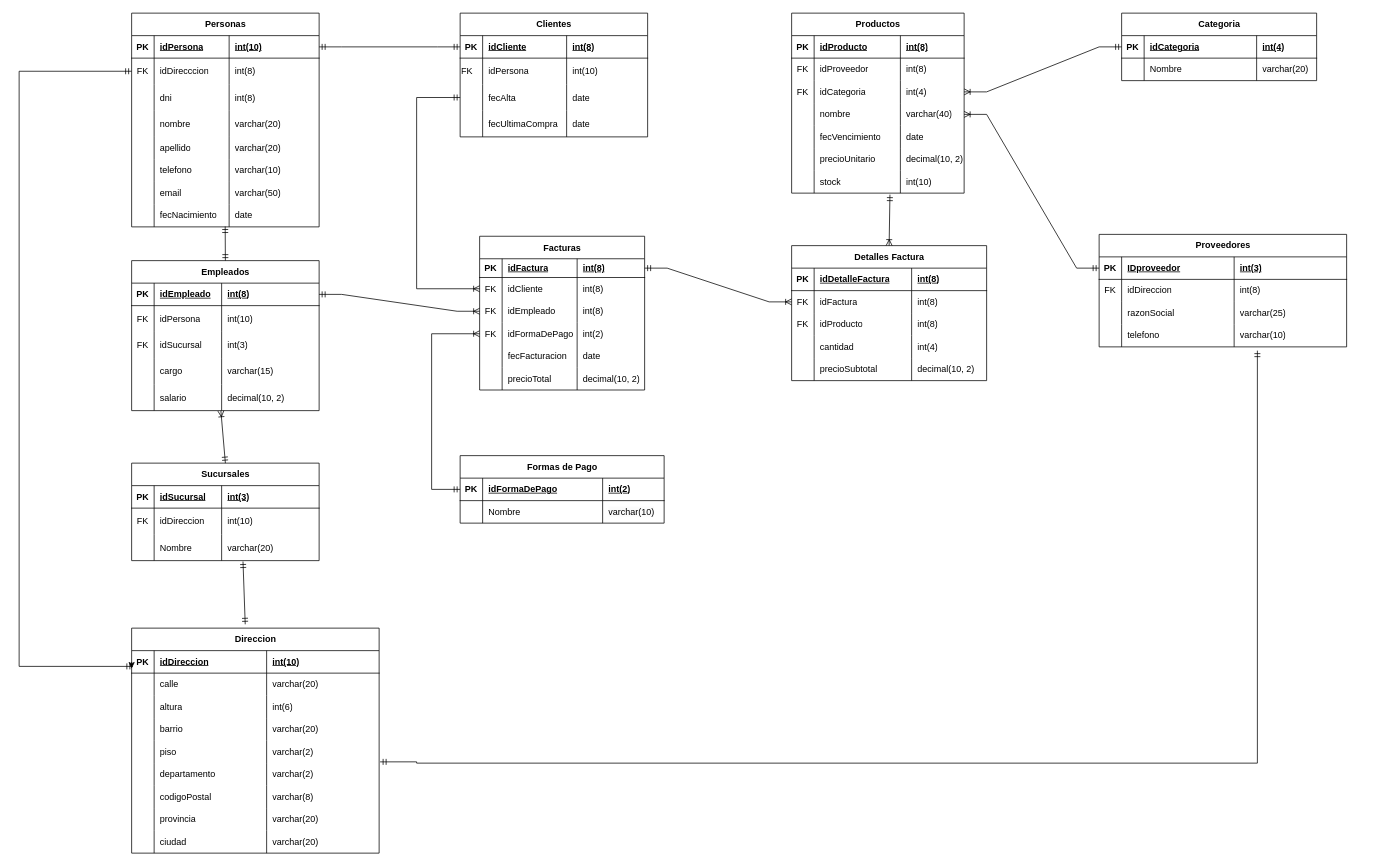
Above: Diagramas/Supermercado_MR.drawio in DylanSVicharra/ABD---TP-Integrador (draw.io), before the change. Source tidied: cells renumbered, new cells numbered last; positions are measured from the earlier drawing's top-left corner, leaving out a move shared by most shapes. Both pictures are drawn from the tidied source at 75%, with x=0, y=0 at pixel (19, 13).
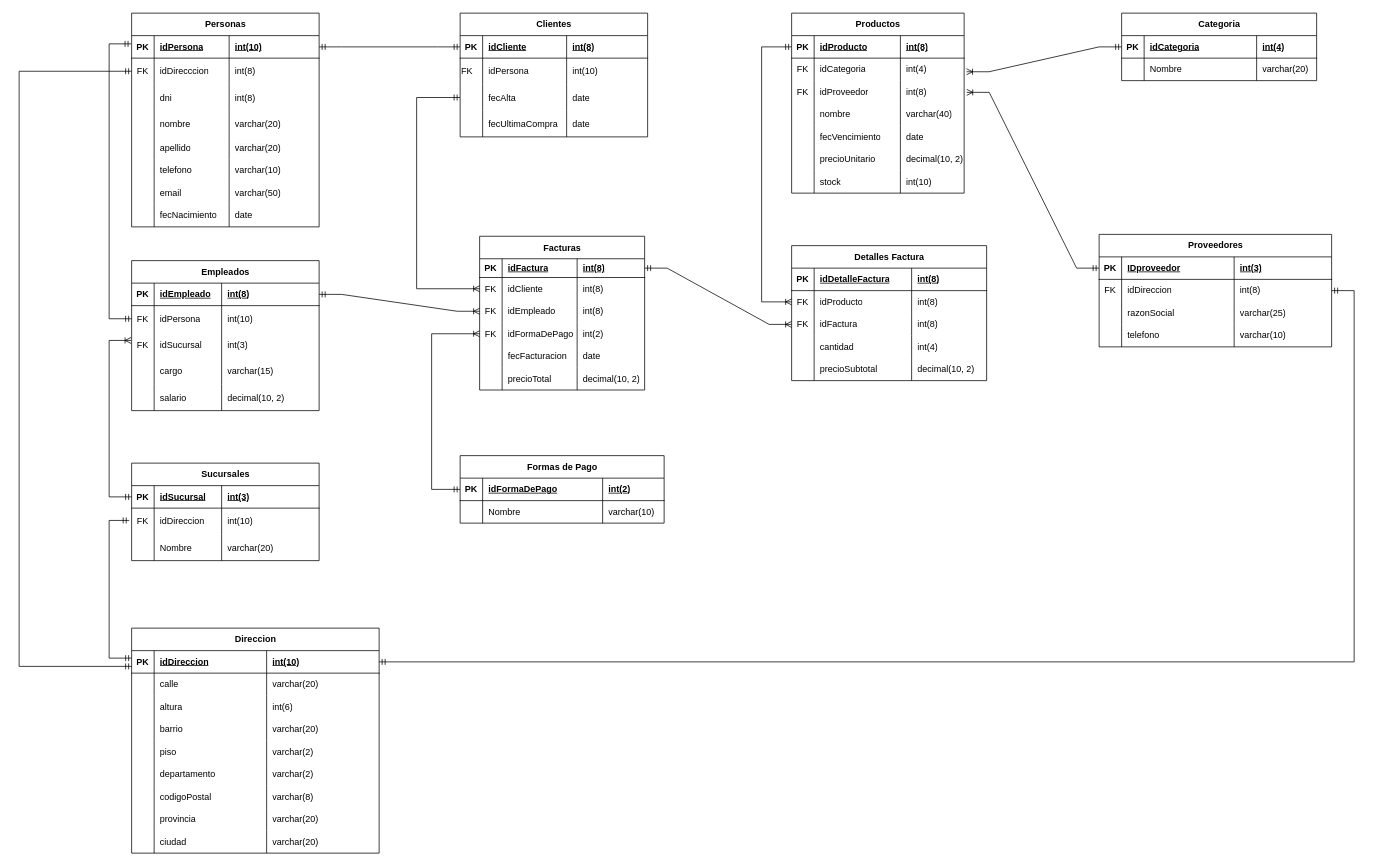
Above is the later version.

Unchanged cells that the change refers to:
```xml
<mxCell id="3" style="shape=tableRow;horizontal=0;startSize=0;swimlaneHead=0;swimlaneBody=0;fillColor=none;points=[[0,0.5],[1,0.5]];portConstraint=eastwest;top=0;left=0;right=0;bottom=1;" parent="2" vertex="1">
  <mxGeometry y="30" width="230" height="30" as="geometry" />
</mxCell>
<mxCell id="7" style="shape=tableRow;horizontal=0;startSize=0;swimlaneHead=0;swimlaneBody=0;fillColor=none;points=[[0,0.5],[1,0.5]];portConstraint=eastwest;top=0;left=0;right=0;bottom=0;" parent="2" vertex="1">
  <mxGeometry y="60" width="230" height="30" as="geometry" />
</mxCell>
<mxCell id="11" style="shape=tableRow;horizontal=0;startSize=0;swimlaneHead=0;swimlaneBody=0;fillColor=none;points=[[0,0.5],[1,0.5]];portConstraint=eastwest;top=0;left=0;right=0;bottom=0;" parent="2" vertex="1">
  <mxGeometry y="90" width="230" height="30" as="geometry" />
</mxCell>
<mxCell id="15" style="shape=tableRow;horizontal=0;startSize=0;swimlaneHead=0;swimlaneBody=0;fillColor=none;points=[[0,0.5],[1,0.5]];portConstraint=eastwest;top=0;left=0;right=0;bottom=0;" parent="2" vertex="1">
  <mxGeometry y="120" width="230" height="30" as="geometry" />
</mxCell>
<mxCell id="27" style="shape=tableRow;horizontal=0;startSize=0;swimlaneHead=0;swimlaneBody=0;fillColor=none;points=[[0,0.5],[1,0.5]];portConstraint=eastwest;top=0;left=0;right=0;bottom=0;" parent="2" vertex="1">
  <mxGeometry y="210" width="230" height="30" as="geometry" />
</mxCell>
<mxCell id="49" style="shape=tableRow;horizontal=0;startSize=0;swimlaneHead=0;swimlaneBody=0;fillColor=none;points=[[0,0.5],[1,0.5]];portConstraint=eastwest;top=0;left=0;right=0;bottom=1;" parent="48" vertex="1">
  <mxGeometry y="30" width="220" height="25" as="geometry" />
</mxCell>
<mxCell id="76" value="Detalles Factura" style="shape=table;startSize=30;childLayout=tableLayout;rowLines=0;fontStyle=1;align=center;html=1;" parent="1" vertex="1">
  <mxGeometry x="1030" y="310" width="260" height="180" as="geometry" />
</mxCell>
<mxCell id="81" style="shape=tableRow;horizontal=0;startSize=0;swimlaneHead=0;swimlaneBody=0;fillColor=none;points=[[0,0.5],[1,0.5]];portConstraint=eastwest;top=0;left=0;right=0;bottom=0;" parent="76" vertex="1">
  <mxGeometry y="60" width="260" height="30" as="geometry" />
</mxCell>
<mxCell id="85" style="shape=tableRow;horizontal=0;startSize=0;swimlaneHead=0;swimlaneBody=0;fillColor=none;points=[[0,0.5],[1,0.5]];portConstraint=eastwest;top=0;left=0;right=0;bottom=0;" parent="76" vertex="1">
  <mxGeometry y="90" width="260" height="30" as="geometry" />
</mxCell>
<mxCell id="98" style="shape=tableRow;horizontal=0;startSize=0;swimlaneHead=0;swimlaneBody=0;fillColor=none;points=[[0,0.5],[1,0.5]];portConstraint=eastwest;top=0;left=0;right=0;bottom=1;" parent="97" vertex="1">
  <mxGeometry y="30" width="260" height="30" as="geometry" />
</mxCell>
<mxCell id="117" style="shape=tableRow;horizontal=0;startSize=0;swimlaneHead=0;swimlaneBody=0;fillColor=none;points=[[0,0.5],[1,0.5]];portConstraint=eastwest;top=0;left=0;right=0;bottom=1;" parent="116" vertex="1">
  <mxGeometry y="30" width="250" height="30" as="geometry" />
</mxCell>
<mxCell id="121" style="shape=tableRow;horizontal=0;startSize=0;swimlaneHead=0;swimlaneBody=0;fillColor=none;points=[[0,0.5],[1,0.5]];portConstraint=eastwest;top=0;left=0;right=0;bottom=0;" parent="116" vertex="1">
  <mxGeometry y="60" width="250" height="35" as="geometry" />
</mxCell>
<mxCell id="145" style="shape=tableRow;horizontal=0;startSize=0;swimlaneHead=0;swimlaneBody=0;fillColor=none;points=[[0,0.5],[1,0.5]];portConstraint=eastwest;top=0;left=0;right=0;bottom=0;" parent="116" vertex="1">
  <mxGeometry y="255" width="250" height="30" as="geometry" />
</mxCell>
<mxCell id="149" value="Direccion" style="shape=table;startSize=30;childLayout=tableLayout;rowLines=0;fontStyle=1;align=center;html=1;" parent="1" vertex="1">
  <mxGeometry x="150" y="820" width="330" height="300" as="geometry" />
</mxCell>
<mxCell id="150" style="shape=tableRow;horizontal=0;startSize=0;swimlaneHead=0;swimlaneBody=0;fillColor=none;points=[[0,0.5],[1,0.5]];portConstraint=eastwest;top=0;left=0;right=0;bottom=1;" parent="149" vertex="1">
  <mxGeometry y="30" width="330" height="30" as="geometry" />
</mxCell>
<mxCell id="170" style="shape=tableRow;horizontal=0;startSize=0;swimlaneHead=0;swimlaneBody=0;fillColor=none;points=[[0,0.5],[1,0.5]];portConstraint=eastwest;top=0;left=0;right=0;bottom=0;" parent="149" vertex="1">
  <mxGeometry y="180" width="330" height="30" as="geometry" />
</mxCell>
<mxCell id="187" value="Empleados" style="shape=table;startSize=30;childLayout=tableLayout;rowLines=0;fontStyle=1;align=center;html=1;" parent="1" vertex="1">
  <mxGeometry x="150" y="330" width="250" height="200" as="geometry" />
</mxCell>
<mxCell id="192" style="shape=tableRow;horizontal=0;startSize=0;swimlaneHead=0;swimlaneBody=0;fillColor=none;points=[[0,0.5],[1,0.5]];portConstraint=eastwest;top=0;left=0;right=0;bottom=0;" parent="187" vertex="1">
  <mxGeometry y="60" width="250" height="35" as="geometry" />
</mxCell>
<mxCell id="196" style="shape=tableRow;horizontal=0;startSize=0;swimlaneHead=0;swimlaneBody=0;fillColor=none;points=[[0,0.5],[1,0.5]];portConstraint=eastwest;top=0;left=0;right=0;bottom=0;" parent="187" vertex="1">
  <mxGeometry y="95" width="250" height="35" as="geometry" />
</mxCell>
<mxCell id="204" style="shape=tableRow;horizontal=0;startSize=0;swimlaneHead=0;swimlaneBody=0;fillColor=none;points=[[0,0.5],[1,0.5]];portConstraint=eastwest;top=0;left=0;right=0;bottom=0;" parent="187" vertex="1">
  <mxGeometry y="165" width="250" height="35" as="geometry" />
</mxCell>
<mxCell id="246" value="Sucursales" style="shape=table;startSize=30;childLayout=tableLayout;rowLines=0;fontStyle=1;align=center;html=1;" parent="1" vertex="1">
  <mxGeometry x="150" y="600" width="250" height="130" as="geometry" />
</mxCell>
<mxCell id="247" style="shape=tableRow;horizontal=0;startSize=0;swimlaneHead=0;swimlaneBody=0;fillColor=none;points=[[0,0.5],[1,0.5]];portConstraint=eastwest;top=0;left=0;right=0;bottom=1;" parent="246" vertex="1">
  <mxGeometry y="30" width="250" height="30" as="geometry" />
</mxCell>
<mxCell id="251" style="shape=tableRow;horizontal=0;startSize=0;swimlaneHead=0;swimlaneBody=0;fillColor=none;points=[[0,0.5],[1,0.5]];portConstraint=eastwest;top=0;left=0;right=0;bottom=0;" parent="246" vertex="1">
  <mxGeometry y="60" width="250" height="35" as="geometry" />
</mxCell>
<mxCell id="255" style="shape=tableRow;horizontal=0;startSize=0;swimlaneHead=0;swimlaneBody=0;fillColor=none;points=[[0,0.5],[1,0.5]];portConstraint=eastwest;top=0;left=0;right=0;bottom=0;" parent="246" vertex="1">
  <mxGeometry y="95" width="250" height="35" as="geometry" />
</mxCell>
```

Diff of the diagram source:
```diff
@@
-    <mxCell id="9" value="idProveedor" style="shape=partialRectangle;fillColor=none;top=0;left=0;bottom=0;right=0;align=left;spacingLeft=6;overflow=hidden;whiteSpace=wrap;html=1;" parent="7" vertex="1">
+    <mxCell id="9" value="idCategoria" style="shape=partialRectangle;fillColor=none;top=0;left=0;bottom=0;right=0;align=left;spacingLeft=6;overflow=hidden;whiteSpace=wrap;html=1;" parent="7" vertex="1">
       <mxGeometry x="30" width="115" height="30" as="geometry" />
     </mxCell>
-    <mxCell id="10" value="int(8)" style="shape=partialRectangle;fillColor=none;top=0;left=0;bottom=0;right=0;align=left;spacingLeft=6;overflow=hidden;whiteSpace=wrap;html=1;" parent="7" vertex="1">
+    <mxCell id="10" value="int(4)" style="shape=partialRectangle;fillColor=none;top=0;left=0;bottom=0;right=0;align=left;spacingLeft=6;overflow=hidden;whiteSpace=wrap;html=1;" parent="7" vertex="1">
       <mxGeometry x="145" width="85" height="30" as="geometry" />
     </mxCell>
@@
-    <mxCell id="13" value="idCategoria" style="shape=partialRectangle;fillColor=none;top=0;left=0;bottom=0;right=0;align=left;spacingLeft=6;overflow=hidden;whiteSpace=wrap;html=1;" parent="11" vertex="1">
+    <mxCell id="13" value="idProveedor" style="shape=partialRectangle;fillColor=none;top=0;left=0;bottom=0;right=0;align=left;spacingLeft=6;overflow=hidden;whiteSpace=wrap;html=1;" parent="11" vertex="1">
       <mxGeometry x="30" width="115" height="30" as="geometry" />
     </mxCell>
-    <mxCell id="14" value="int(4)" style="shape=partialRectangle;fillColor=none;top=0;left=0;bottom=0;right=0;align=left;spacingLeft=6;overflow=hidden;whiteSpace=wrap;html=1;" parent="11" vertex="1">
+    <mxCell id="14" value="int(8)" style="shape=partialRectangle;fillColor=none;top=0;left=0;bottom=0;right=0;align=left;spacingLeft=6;overflow=hidden;whiteSpace=wrap;html=1;" parent="11" vertex="1">
       <mxGeometry x="145" width="85" height="30" as="geometry" />
     </mxCell>
@@
-    <mxCell id="83" value="idFactura" style="shape=partialRectangle;fillColor=none;top=0;left=0;bottom=0;right=0;align=left;spacingLeft=6;overflow=hidden;whiteSpace=wrap;html=1;" parent="81" vertex="1">
+    <mxCell id="83" value="idProducto" style="shape=partialRectangle;fillColor=none;top=0;left=0;bottom=0;right=0;align=left;spacingLeft=6;overflow=hidden;whiteSpace=wrap;html=1;" parent="81" vertex="1">
       <mxGeometry x="30" width="130" height="30" as="geometry" />
     </mxCell>
@@
-    <mxCell id="87" value="idProducto" style="shape=partialRectangle;fillColor=none;top=0;left=0;bottom=0;right=0;align=left;spacingLeft=6;overflow=hidden;whiteSpace=wrap;html=1;" parent="85" vertex="1">
+    <mxCell id="87" value="idFactura" style="shape=partialRectangle;fillColor=none;top=0;left=0;bottom=0;right=0;align=left;spacingLeft=6;overflow=hidden;whiteSpace=wrap;html=1;" parent="85" vertex="1">
       <mxGeometry x="30" width="130" height="30" as="geometry" />
     </mxCell>
@@
-    <mxCell id="186" style="edgeStyle=orthogonalEdgeStyle;rounded=0;orthogonalLoop=1;jettySize=auto;html=1;exitX=0;exitY=0.5;exitDx=0;exitDy=0;entryX=0;entryY=0.793;entryDx=0;entryDy=0;entryPerimeter=0;" parent="149" edge="1" source="150" target="150">
-      <mxGeometry relative="1" as="geometry" />
-    </mxCell>
@@
     <mxCell id="208" value="Proveedores" style="shape=table;startSize=30;childLayout=tableLayout;rowLines=0;fontStyle=1;align=center;html=1;" parent="1" vertex="1">
-      <mxGeometry x="1440" y="295" width="330" height="150" as="geometry" />
+      <mxGeometry x="1440" y="295" width="310" height="150" as="geometry" />
     </mxCell>
     <mxCell id="209" style="shape=tableRow;horizontal=0;startSize=0;swimlaneHead=0;swimlaneBody=0;fillColor=none;points=[[0,0.5],[1,0.5]];portConstraint=eastwest;top=0;left=0;right=0;bottom=1;" parent="208" vertex="1">
-      <mxGeometry y="30" width="330" height="30" as="geometry" />
+      <mxGeometry y="30" width="310" height="30" as="geometry" />
     </mxCell>
@@
     <mxCell id="212" value="int(3)" style="shape=partialRectangle;fillColor=none;top=0;left=0;bottom=0;right=0;align=left;spacingLeft=6;fontStyle=5;overflow=hidden;whiteSpace=wrap;html=1;" parent="209" vertex="1">
-      <mxGeometry x="180" width="150" height="30" as="geometry" />
+      <mxGeometry x="180" width="130" height="30" as="geometry" />
     </mxCell>
     <mxCell id="213" style="shape=tableRow;horizontal=0;startSize=0;swimlaneHead=0;swimlaneBody=0;fillColor=none;points=[[0,0.5],[1,0.5]];portConstraint=eastwest;top=0;left=0;right=0;bottom=0;" parent="208" vertex="1">
-      <mxGeometry y="60" width="330" height="30" as="geometry" />
+      <mxGeometry y="60" width="310" height="30" as="geometry" />
     </mxCell>
@@
     <mxCell id="216" value="int(8)" style="shape=partialRectangle;fillColor=none;top=0;left=0;bottom=0;right=0;align=left;spacingLeft=6;overflow=hidden;whiteSpace=wrap;html=1;" parent="213" vertex="1">
-      <mxGeometry x="180" width="150" height="30" as="geometry" />
+      <mxGeometry x="180" width="130" height="30" as="geometry" />
     </mxCell>
     <mxCell id="217" style="shape=tableRow;horizontal=0;startSize=0;swimlaneHead=0;swimlaneBody=0;fillColor=none;top=0;left=0;right=0;bottom=0;" parent="208" vertex="1">
-      <mxGeometry y="90" width="330" height="30" as="geometry" />
+      <mxGeometry y="90" width="310" height="30" as="geometry" />
     </mxCell>
@@
     <mxCell id="220" value="varchar(25)" style="shape=partialRectangle;fillColor=none;top=0;left=0;bottom=0;right=0;align=left;spacingLeft=6;overflow=hidden;whiteSpace=wrap;html=1;" parent="217" vertex="1">
-      <mxGeometry x="180" width="150" height="30" as="geometry" />
+      <mxGeometry x="180" width="130" height="30" as="geometry" />
     </mxCell>
     <mxCell id="221" style="shape=tableRow;horizontal=0;startSize=0;swimlaneHead=0;swimlaneBody=0;fillColor=none;top=0;left=0;right=0;bottom=0;" parent="208" vertex="1">
-      <mxGeometry y="120" width="330" height="30" as="geometry" />
+      <mxGeometry y="120" width="310" height="30" as="geometry" />
     </mxCell>
@@
     <mxCell id="224" value="varchar(10)" style="shape=partialRectangle;fillColor=none;top=0;left=0;bottom=0;right=0;align=left;spacingLeft=6;overflow=hidden;whiteSpace=wrap;html=1;" parent="221" vertex="1">
-      <mxGeometry x="180" width="150" height="30" as="geometry" />
+      <mxGeometry x="180" width="130" height="30" as="geometry" />
     </mxCell>
@@
-    <mxCell id="235" style="edgeStyle=orthogonalEdgeStyle;fontSize=12;html=1;endArrow=ERmandOne;startArrow=ERmandOne;rounded=0;entryX=0;entryY=0.5;entryDx=0;entryDy=0;exitX=0.005;exitY=0.701;exitDx=0;exitDy=0;exitPerimeter=0;" parent="1" edge="1" source="150" target="121">
+    <mxCell id="235" style="edgeStyle=orthogonalEdgeStyle;fontSize=12;html=1;endArrow=ERmandOne;startArrow=ERmandOne;rounded=0;entryX=0;entryY=0.5;entryDx=0;entryDy=0;" parent="1" edge="1" target="121">
       <mxGeometry relative="1" as="geometry">
+        <mxPoint x="150" y="871" as="sourcePoint" />
         <Array as="points">
           <mxPoint y="871" />
           <mxPoint y="78" />
         </Array>
       </mxGeometry>
     </mxCell>
@@
-    <mxCell id="237" style="fontSize=12;html=1;endArrow=ERmandOne;startArrow=ERmandOne;rounded=0;exitX=0.499;exitY=0.984;exitDx=0;exitDy=0;exitPerimeter=0;entryX=0.5;entryY=0;entryDx=0;entryDy=0;" parent="1" edge="1" source="145" target="187">
-      <mxGeometry relative="1" as="geometry" />
+    <mxCell id="237" style="fontSize=12;html=1;endArrow=ERmandOne;startArrow=ERmandOne;rounded=0;entryX=0;entryY=0.5;entryDx=0;entryDy=0;edgeStyle=orthogonalEdgeStyle;exitX=-0.003;exitY=0.365;exitDx=0;exitDy=0;exitPerimeter=0;" parent="1" edge="1" source="117" target="192">
+      <mxGeometry relative="1" as="geometry">
+        <Array as="points">
+          <mxPoint x="120" y="41" />
+          <mxPoint x="120" y="408" />
+        </Array>
+      </mxGeometry>
     </mxCell>
-    <mxCell id="238" style="edgeStyle=orthogonalEdgeStyle;fontSize=12;html=1;endArrow=ERmandOne;startArrow=ERmandOne;rounded=0;exitX=1.004;exitY=-0.056;exitDx=0;exitDy=0;exitPerimeter=0;" parent="1" edge="1" source="170">
+    <mxCell id="238" style="edgeStyle=orthogonalEdgeStyle;fontSize=12;html=1;endArrow=ERmandOne;startArrow=ERmandOne;rounded=0;exitX=1;exitY=0.5;exitDx=0;exitDy=0;entryX=1;entryY=0.5;entryDx=0;entryDy=0;" parent="1" edge="1" source="150" target="213">
       <mxGeometry relative="1" as="geometry">
-        <mxPoint x="1651" y="450" as="targetPoint" />
         <Array as="points">
-          <mxPoint x="530" y="998" />
-          <mxPoint x="530" y="1000" />
-          <mxPoint x="1651" y="1000" />
+          <mxPoint x="1780" y="865" />
+          <mxPoint x="1780" y="370" />
         </Array>
       </mxGeometry>
     </mxCell>
@@
-    <mxCell id="240" style="edgeStyle=entityRelationEdgeStyle;fontSize=12;html=1;endArrow=ERoneToMany;startArrow=ERmandOne;rounded=0;entryX=0;entryY=0.5;entryDx=0;entryDy=0;exitX=1;exitY=0.5;exitDx=0;exitDy=0;" parent="1" edge="1" source="49" target="81">
+    <mxCell id="240" style="edgeStyle=entityRelationEdgeStyle;fontSize=12;html=1;endArrow=ERoneToMany;startArrow=ERmandOne;rounded=0;entryX=0;entryY=0.5;entryDx=0;entryDy=0;exitX=1;exitY=0.5;exitDx=0;exitDy=0;" parent="1" edge="1" source="49" target="85">
       <mxGeometry relative="1" as="geometry">
         <Array as="points">
           <mxPoint x="940" y="330" />
         </Array>
       </mxGeometry>
     </mxCell>
-    <mxCell id="241" style="edgeStyle=entityRelationEdgeStyle;fontSize=12;html=1;endArrow=ERoneToMany;startArrow=ERmandOne;rounded=0;exitX=0;exitY=0.5;exitDx=0;exitDy=0;" parent="1" edge="1" source="98" target="11">
+    <mxCell id="241" style="edgeStyle=entityRelationEdgeStyle;fontSize=12;html=1;endArrow=ERoneToMany;startArrow=ERmandOne;rounded=0;exitX=0;exitY=0.5;exitDx=0;exitDy=0;entryX=1.014;entryY=0.606;entryDx=0;entryDy=0;entryPerimeter=0;" parent="1" edge="1" source="98" target="7">
       <mxGeometry relative="1" as="geometry" />
     </mxCell>
-    <mxCell id="242" style="edgeStyle=entityRelationEdgeStyle;fontSize=12;html=1;endArrow=ERoneToMany;startArrow=ERmandOne;rounded=0;entryX=1;entryY=0.5;entryDx=0;entryDy=0;exitX=0;exitY=0.5;exitDx=0;exitDy=0;" parent="1" edge="1" source="209" target="15">
+    <mxCell id="242" style="edgeStyle=entityRelationEdgeStyle;fontSize=12;html=1;endArrow=ERoneToMany;startArrow=ERmandOne;rounded=0;entryX=1.015;entryY=0.521;entryDx=0;entryDy=0;exitX=0;exitY=0.5;exitDx=0;exitDy=0;entryPerimeter=0;" parent="1" edge="1" source="209" target="11">
       <mxGeometry relative="1" as="geometry" />
     </mxCell>
-    <mxCell id="243" style="fontSize=12;html=1;endArrow=ERoneToMany;startArrow=ERmandOne;rounded=0;entryX=0.5;entryY=0;entryDx=0;entryDy=0;exitX=0.57;exitY=1.067;exitDx=0;exitDy=0;exitPerimeter=0;" parent="1" edge="1" source="27" target="76">
-      <mxGeometry relative="1" as="geometry" />
+    <mxCell id="243" style="fontSize=12;html=1;endArrow=ERoneToMany;startArrow=ERmandOne;rounded=0;entryX=0;entryY=0.5;entryDx=0;entryDy=0;exitX=0;exitY=0.5;exitDx=0;exitDy=0;edgeStyle=orthogonalEdgeStyle;" parent="1" edge="1" source="3" target="81">
+      <mxGeometry relative="1" as="geometry">
+        <Array as="points">
+          <mxPoint x="990" y="45" />
+          <mxPoint x="990" y="385" />
+        </Array>
+      </mxGeometry>
     </mxCell>
@@
-    <mxCell id="259" style="fontSize=12;html=1;endArrow=ERmandOne;startArrow=ERmandOne;rounded=0;exitX=0.459;exitY=-0.017;exitDx=0;exitDy=0;exitPerimeter=0;entryX=0.594;entryY=1.034;entryDx=0;entryDy=0;entryPerimeter=0;" parent="1" edge="1" source="149" target="255">
-      <mxGeometry relative="1" as="geometry" />
+    <mxCell id="259" style="fontSize=12;html=1;endArrow=ERmandOne;startArrow=ERmandOne;rounded=0;exitX=0;exitY=0.333;exitDx=0;exitDy=0;exitPerimeter=0;entryX=-0.013;entryY=0.469;entryDx=0;entryDy=0;entryPerimeter=0;edgeStyle=orthogonalEdgeStyle;" parent="1" edge="1" source="150" target="251">
+      <mxGeometry relative="1" as="geometry">
+        <Array as="points">
+          <mxPoint x="120" y="860" />
+          <mxPoint x="120" y="676" />
+        </Array>
+      </mxGeometry>
     </mxCell>
-    <mxCell id="260" style="fontSize=12;html=1;endArrow=ERoneToMany;startArrow=ERmandOne;rounded=0;entryX=0.476;entryY=1.007;entryDx=0;entryDy=0;entryPerimeter=0;exitX=0.5;exitY=0;exitDx=0;exitDy=0;" parent="1" edge="1" source="246" target="204">
-      <mxGeometry relative="1" as="geometry" />
+    <mxCell id="260" style="fontSize=12;html=1;endArrow=ERoneToMany;startArrow=ERmandOne;rounded=0;entryX=-0.003;entryY=0.326;entryDx=0;entryDy=0;entryPerimeter=0;exitX=0;exitY=0.5;exitDx=0;exitDy=0;edgeStyle=orthogonalEdgeStyle;" parent="1" edge="1" source="247" target="196">
+      <mxGeometry relative="1" as="geometry">
+        <Array as="points">
+          <mxPoint x="120" y="645" />
+          <mxPoint x="120" y="436" />
+        </Array>
+      </mxGeometry>
     </mxCell>
```
